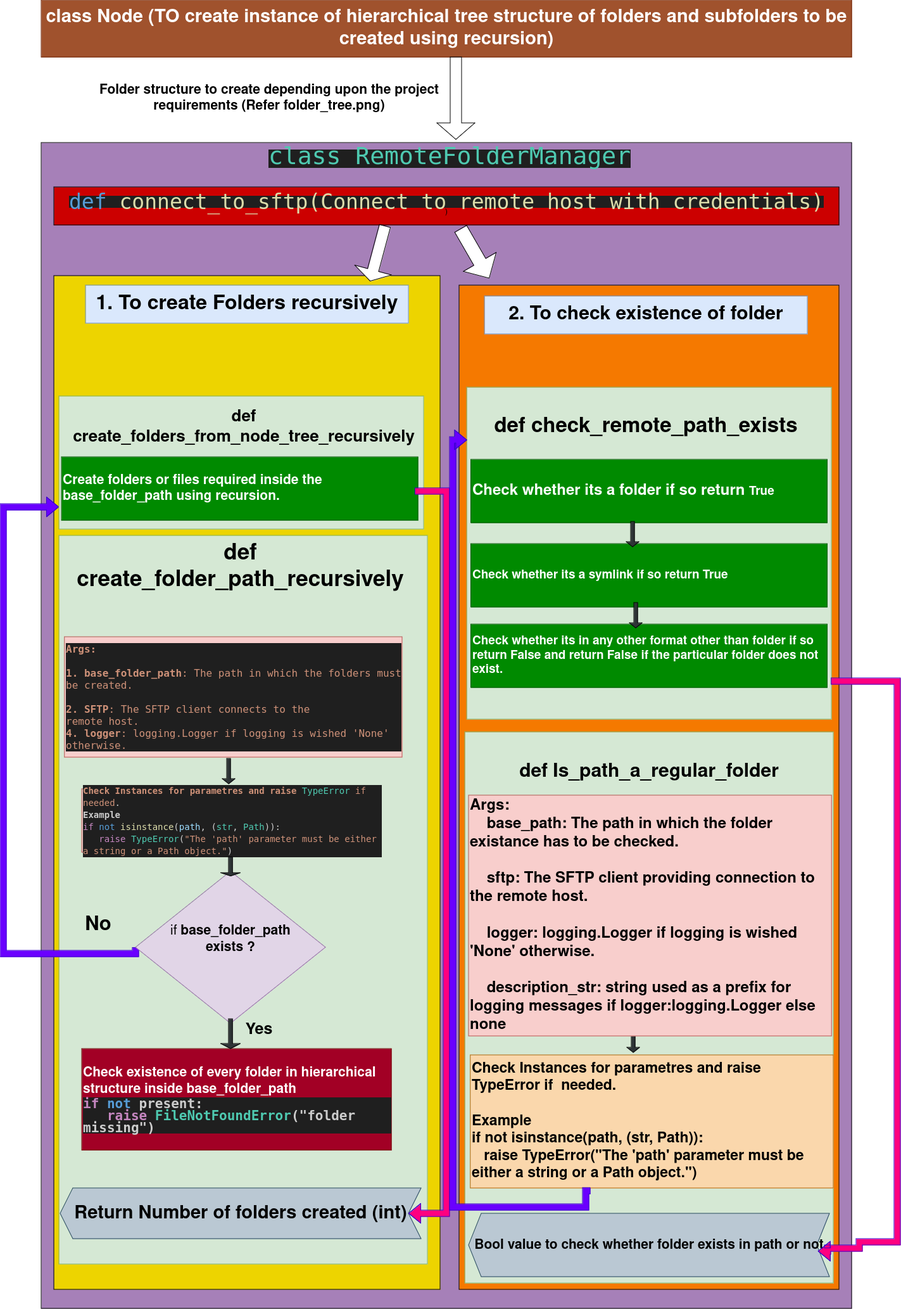
This is task.png from Antonyashik96/Codingtask, a draw.io export, as it was before one commit. Source tidied: cells renumbered, new cells last; positions are measured from the earlier drawing's top-left corner, leaving out a move shared by most shapes.
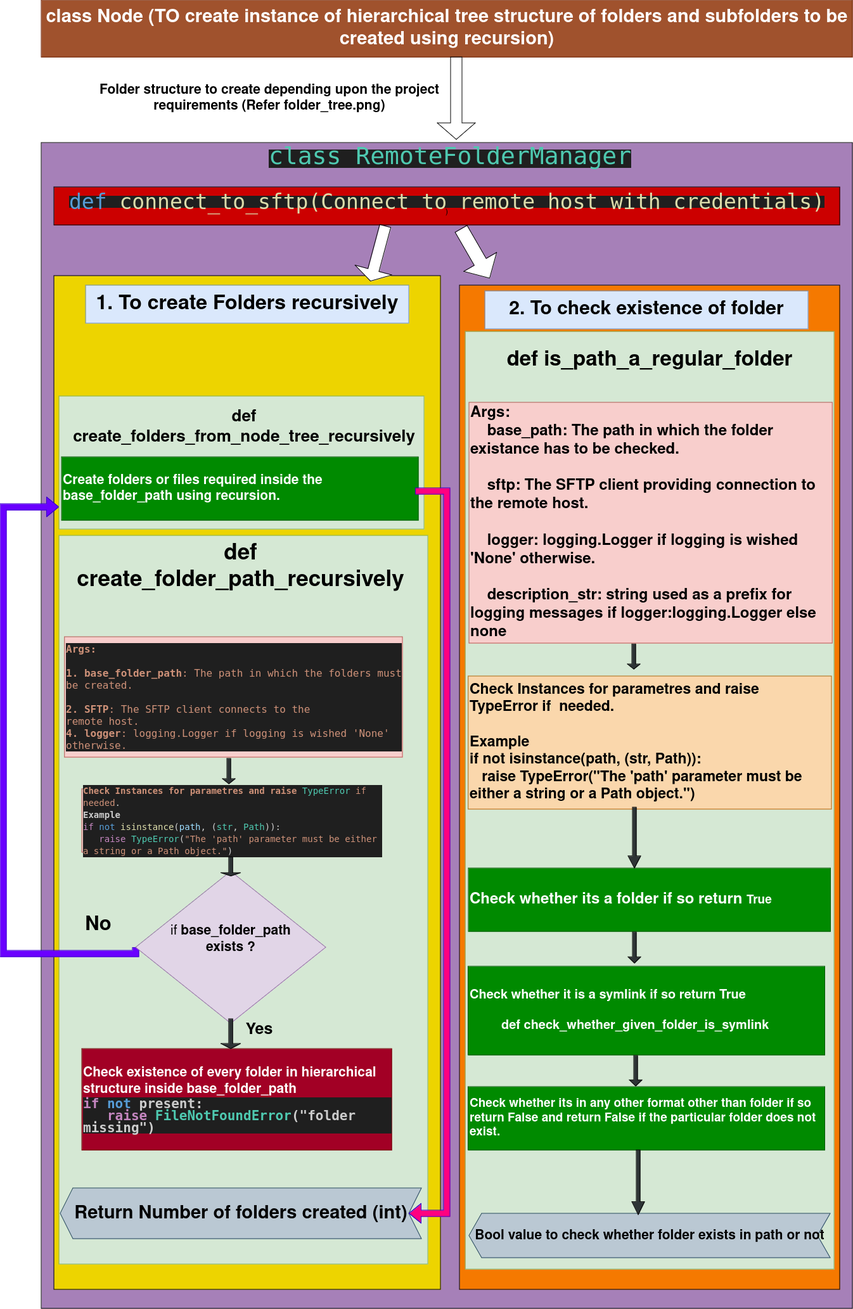
After the change.

The edit, as a diff of the source:
```diff
@@ -24,7 +24,7 @@
       <mxGeometry x="130" y="450" width="510" height="60" as="geometry" />
     </mxCell>
     <mxCell id="9" value="&lt;b&gt;&lt;font style=&quot;font-size: 30px;&quot;&gt;2. To check existence of folder&lt;/font&gt;&lt;/b&gt;" style="text;html=1;align=center;verticalAlign=middle;whiteSpace=wrap;rounded=0;fillColor=#dae8fc;strokeColor=#6c8ebf;" parent="1" vertex="1">
-      <mxGeometry x="760" y="467" width="510" height="60" as="geometry" />
+      <mxGeometry x="760" y="459" width="510" height="60" as="geometry" />
     </mxCell>
     <mxCell id="10" value="&lt;div&gt;&lt;b&gt;&lt;font style=&quot;font-size: 30px;&quot;&gt;def create_folder_path_recursively&lt;/font&gt;&lt;/b&gt;&lt;/div&gt;&lt;div&gt;&lt;b&gt;&lt;font style=&quot;font-size: 30px;&quot;&gt;&lt;br&gt;&lt;/font&gt;&lt;/b&gt;&lt;/div&gt;&lt;div&gt;&lt;b&gt;&lt;font style=&quot;font-size: 30px;&quot;&gt;&lt;br&gt;&lt;/font&gt;&lt;/b&gt;&lt;/div&gt;&lt;div&gt;&lt;b&gt;&lt;font style=&quot;font-size: 30px;&quot;&gt;&lt;br&gt;&lt;/font&gt;&lt;/b&gt;&lt;/div&gt;&lt;div&gt;&lt;b&gt;&lt;font style=&quot;font-size: 30px;&quot;&gt;&lt;br&gt;&lt;/font&gt;&lt;/b&gt;&lt;/div&gt;&lt;div&gt;&lt;b&gt;&lt;font style=&quot;font-size: 30px;&quot;&gt;&lt;br&gt;&lt;/font&gt;&lt;/b&gt;&lt;/div&gt;&lt;div&gt;&lt;b&gt;&lt;font style=&quot;font-size: 30px;&quot;&gt;&lt;br&gt;&lt;/font&gt;&lt;/b&gt;&lt;/div&gt;&lt;div&gt;&lt;b&gt;&lt;font style=&quot;font-size: 30px;&quot;&gt;&lt;br&gt;&lt;/font&gt;&lt;/b&gt;&lt;/div&gt;&lt;div&gt;&lt;b&gt;&lt;font style=&quot;font-size: 30px;&quot;&gt;&lt;br&gt;&lt;/font&gt;&lt;/b&gt;&lt;/div&gt;&lt;div&gt;&lt;b&gt;&lt;font style=&quot;font-size: 30px;&quot;&gt;&lt;br&gt;&lt;/font&gt;&lt;/b&gt;&lt;/div&gt;&lt;div&gt;&lt;br&gt;&lt;/div&gt;&lt;div&gt;&lt;br&gt;&lt;/div&gt;&lt;div&gt;&lt;br&gt;&lt;/div&gt;&lt;div&gt;&lt;br&gt;&lt;/div&gt;&lt;div&gt;&lt;br&gt;&lt;/div&gt;&lt;div&gt;&lt;br&gt;&lt;/div&gt;&lt;div&gt;&lt;br&gt;&lt;/div&gt;&lt;div&gt;&lt;br&gt;&lt;/div&gt;&lt;div&gt;&lt;br&gt;&lt;/div&gt;&lt;div&gt;&lt;br&gt;&lt;/div&gt;&lt;div&gt;&lt;br&gt;&lt;/div&gt;&lt;div&gt;&lt;br&gt;&lt;/div&gt;&lt;div&gt;&lt;br&gt;&lt;/div&gt;&lt;div&gt;&lt;br&gt;&lt;/div&gt;&lt;div&gt;&lt;br&gt;&lt;/div&gt;&lt;div&gt;&lt;br&gt;&lt;/div&gt;&lt;div&gt;&lt;br&gt;&lt;/div&gt;&lt;div&gt;&lt;br&gt;&lt;/div&gt;&lt;div&gt;&lt;br&gt;&lt;/div&gt;&lt;div&gt;&lt;br&gt;&lt;/div&gt;&lt;div&gt;&lt;br&gt;&lt;/div&gt;&lt;div&gt;&lt;br&gt;&lt;/div&gt;&lt;div&gt;&lt;br&gt;&lt;/div&gt;&lt;div&gt;&lt;br&gt;&lt;/div&gt;&lt;div&gt;&lt;br&gt;&lt;/div&gt;&lt;div&gt;&lt;br&gt;&lt;/div&gt;&lt;div&gt;&lt;br&gt;&lt;/div&gt;&lt;div&gt;&lt;br&gt;&lt;/div&gt;&lt;div&gt;&lt;br&gt;&lt;/div&gt;" style="text;html=1;align=center;verticalAlign=middle;whiteSpace=wrap;rounded=0;fillColor=#d5e8d4;strokeColor=#82b366;" parent="1" vertex="1">
       <mxGeometry x="88" y="845" width="582" height="1150" as="geometry" />
@@ -86,17 +86,17 @@
     <mxCell id="27" value="&lt;b&gt;&lt;font style=&quot;font-size: 35px;&quot;&gt;def create_folder_path_recursively&lt;/font&gt;&lt;/b&gt;" style="text;html=1;align=center;verticalAlign=middle;whiteSpace=wrap;rounded=0;" parent="1" vertex="1">
       <mxGeometry x="99" y="865" width="551" height="60" as="geometry" />
     </mxCell>
-    <mxCell id="28" value="&lt;div&gt;&lt;b&gt;&lt;font style=&quot;font-size: 30px;&quot;&gt;def Is_path_a_regular_folder&lt;br&gt;&lt;/font&gt;&lt;/b&gt;&lt;/div&gt;&lt;div&gt;&lt;b&gt;&lt;font style=&quot;font-size: 30px;&quot;&gt;&lt;br&gt;&lt;/font&gt;&lt;/b&gt;&lt;/div&gt;&lt;div&gt;&lt;b&gt;&lt;font style=&quot;font-size: 30px;&quot;&gt;&lt;br&gt;&lt;/font&gt;&lt;/b&gt;&lt;/div&gt;&lt;div&gt;&lt;b&gt;&lt;font style=&quot;font-size: 30px;&quot;&gt;&lt;br&gt;&lt;/font&gt;&lt;/b&gt;&lt;/div&gt;&lt;div&gt;&lt;b&gt;&lt;font style=&quot;font-size: 30px;&quot;&gt;&lt;br&gt;&lt;/font&gt;&lt;/b&gt;&lt;/div&gt;&lt;div&gt;&lt;b&gt;&lt;font style=&quot;font-size: 30px;&quot;&gt;&lt;br&gt;&lt;/font&gt;&lt;/b&gt;&lt;/div&gt;&lt;div&gt;&lt;b&gt;&lt;font style=&quot;font-size: 30px;&quot;&gt;&lt;br&gt;&lt;/font&gt;&lt;/b&gt;&lt;/div&gt;&lt;div&gt;&lt;b&gt;&lt;font style=&quot;font-size: 30px;&quot;&gt;&lt;br&gt;&lt;/font&gt;&lt;/b&gt;&lt;/div&gt;&lt;div&gt;&lt;b&gt;&lt;font style=&quot;font-size: 30px;&quot;&gt;&lt;br&gt;&lt;/font&gt;&lt;/b&gt;&lt;/div&gt;&lt;div&gt;&lt;b&gt;&lt;font style=&quot;font-size: 30px;&quot;&gt;&lt;br&gt;&lt;/font&gt;&lt;/b&gt;&lt;/div&gt;&lt;div&gt;&lt;br&gt;&lt;/div&gt;&lt;div&gt;&lt;br&gt;&lt;/div&gt;&lt;div&gt;&lt;br&gt;&lt;/div&gt;&lt;div&gt;&lt;br&gt;&lt;/div&gt;&lt;div&gt;&lt;br&gt;&lt;/div&gt;&lt;div&gt;&lt;br&gt;&lt;/div&gt;&lt;div&gt;&lt;br&gt;&lt;/div&gt;&lt;div&gt;&lt;br&gt;&lt;/div&gt;&lt;div&gt;&lt;br&gt;&lt;/div&gt;&lt;div&gt;&lt;br&gt;&lt;/div&gt;&lt;div&gt;&lt;br&gt;&lt;/div&gt;&lt;div&gt;&lt;br&gt;&lt;/div&gt;&lt;div&gt;&lt;br&gt;&lt;/div&gt;&lt;div&gt;&lt;br&gt;&lt;/div&gt;&lt;div&gt;&lt;br&gt;&lt;/div&gt;&lt;div&gt;&lt;br&gt;&lt;/div&gt;&lt;div&gt;&lt;br&gt;&lt;/div&gt;&lt;div&gt;&lt;br&gt;&lt;/div&gt;&lt;div&gt;&lt;br&gt;&lt;/div&gt;&lt;div&gt;&lt;br&gt;&lt;/div&gt;&lt;div&gt;&lt;br&gt;&lt;/div&gt;&lt;div&gt;&lt;br&gt;&lt;/div&gt;&lt;div&gt;&lt;br&gt;&lt;/div&gt;&lt;div&gt;&lt;br&gt;&lt;/div&gt;&lt;div&gt;&lt;br&gt;&lt;/div&gt;&lt;div&gt;&lt;br&gt;&lt;/div&gt;&lt;div&gt;&lt;br&gt;&lt;/div&gt;&lt;div&gt;&lt;br&gt;&lt;/div&gt;&lt;div&gt;&lt;br&gt;&lt;/div&gt;" style="text;html=1;align=center;verticalAlign=middle;whiteSpace=wrap;rounded=0;fillColor=#d5e8d4;strokeColor=#82b366;" parent="1" vertex="1">
-      <mxGeometry x="729" y="1155" width="582" height="870" as="geometry" />
+    <mxCell id="28" style="text;html=1;align=center;verticalAlign=middle;whiteSpace=wrap;rounded=0;fillColor=#d5e8d4;strokeColor=#82b366;" parent="1" vertex="1">
+      <mxGeometry x="729" y="523" width="582" height="1480" as="geometry" />
     </mxCell>
     <mxCell id="29" value="&lt;b style=&quot;font-size: 21px;&quot;&gt;&lt;font style=&quot;font-size: 21px;&quot;&gt;Bool value to check whether folder exists in path or not&lt;/font&gt;&lt;br&gt;&lt;/b&gt;" style="shape=step;perimeter=stepPerimeter;whiteSpace=wrap;html=1;fixedSize=1;fillColor=#bac8d3;strokeColor=#23445d;direction=west;" parent="1" vertex="1">
-      <mxGeometry x="735" y="1915" width="570" height="100" as="geometry" />
+      <mxGeometry x="735" y="1915" width="570" height="70" as="geometry" />
     </mxCell>
     <mxCell id="30" value="&lt;div&gt;&lt;b style=&quot;font-size: 23px;&quot;&gt;Check Instances for parametres and raise TypeError if&amp;nbsp; needed.&lt;/b&gt;&lt;/div&gt;&lt;div&gt;&lt;b style=&quot;font-size: 23px;&quot;&gt;&lt;br&gt;&lt;/b&gt;&lt;/div&gt;&lt;b style=&quot;font-size: 23px;&quot;&gt;Example&amp;nbsp;&amp;nbsp; &amp;nbsp;&lt;br&gt;if not isinstance(path, (str, Path)):&lt;br&gt;&amp;nbsp;&amp;nbsp; raise TypeError(&quot;The 'path' parameter must be either a string or a Path object.&quot;) &lt;/b&gt;" style="text;html=1;align=left;verticalAlign=middle;whiteSpace=wrap;rounded=0;fillColor=#fad7ac;strokeColor=#b46504;" parent="1" vertex="1">
-      <mxGeometry x="737.8" y="1665" width="573.2" height="210" as="geometry" />
+      <mxGeometry x="733.8" y="1067" width="573.2" height="210" as="geometry" />
     </mxCell>
     <mxCell id="31" style="shape=singleArrow;direction=west;whiteSpace=wrap;html=1;rotation=-90;strokeColor=#000000;fillColor=#2e3436;" parent="1" vertex="1">
-      <mxGeometry x="975" y="1631" width="40" height="20" as="geometry" />
+      <mxGeometry x="975" y="1026" width="40" height="20" as="geometry" />
     </mxCell>
     <mxCell id="32" style="edgeStyle=orthogonalEdgeStyle;shape=flexArrow;rounded=0;jettySize=auto;html=1;strokeColor=#3700CC;fillColor=#FF0080;entryX=0;entryY=0.5;entryDx=0;entryDy=0;" parent="1" edge="1" target="26">
       <mxGeometry relative="1" as="geometry">
@@ -107,58 +107,38 @@
         </Array>
       </mxGeometry>
     </mxCell>
-    <mxCell id="33" value="&lt;div&gt;&lt;b&gt;&lt;br&gt;&lt;/b&gt;&lt;/div&gt;&lt;div&gt;&lt;b&gt;&lt;br&gt;&lt;/b&gt;&lt;/div&gt;&lt;div&gt;&lt;b&gt;&lt;br&gt;&lt;/b&gt;&lt;/div&gt;&lt;div&gt;&lt;b&gt;&lt;br&gt;&lt;/b&gt;&lt;/div&gt;&lt;div&gt;&lt;b&gt;&lt;br&gt;&lt;/b&gt;&lt;/div&gt;&lt;div&gt;&lt;b&gt;&lt;br&gt;&lt;/b&gt;&lt;/div&gt;&lt;div&gt;&lt;b&gt;&lt;br&gt;&lt;/b&gt;&lt;/div&gt;&lt;div&gt;&lt;b&gt;&lt;br&gt;&lt;/b&gt;&lt;/div&gt;&lt;div&gt;&lt;b&gt;&lt;br&gt;&lt;/b&gt;&lt;/div&gt;&lt;div&gt;&lt;b&gt;&lt;br&gt;&lt;/b&gt;&lt;/div&gt;&lt;div&gt;&lt;b&gt;&lt;br&gt;&lt;/b&gt;&lt;/div&gt;&lt;div&gt;&lt;b&gt;&lt;br&gt;&lt;/b&gt;&lt;/div&gt;&lt;div&gt;&lt;b&gt;&lt;br&gt;&lt;/b&gt;&lt;/div&gt;&lt;div&gt;&lt;b&gt;&lt;br&gt;&lt;/b&gt;&lt;/div&gt;&lt;div&gt;&lt;b&gt;&lt;br&gt;&lt;/b&gt;&lt;/div&gt;&lt;div&gt;&lt;b&gt;&lt;br&gt;&lt;/b&gt;&lt;/div&gt;&lt;div&gt;&lt;b&gt;&lt;br&gt;&lt;/b&gt;&lt;/div&gt;&lt;div&gt;&lt;b&gt;&lt;br&gt;&lt;/b&gt;&lt;/div&gt;&lt;div&gt;&lt;b&gt;&lt;br&gt;&lt;/b&gt;&lt;/div&gt;&lt;div&gt;&lt;b&gt;&lt;br&gt;&lt;/b&gt;&lt;/div&gt;&lt;div&gt;&lt;b&gt;&lt;br&gt;&lt;/b&gt;&lt;/div&gt;&lt;div&gt;&lt;b&gt;&lt;br&gt;&lt;/b&gt;&lt;/div&gt;" style="text;html=1;align=center;verticalAlign=middle;whiteSpace=wrap;rounded=0;fillColor=#d5e8d4;strokeColor=#82b366;" parent="1" vertex="1">
-      <mxGeometry x="732" y="611" width="576" height="524" as="geometry" />
-    </mxCell>
     <mxCell id="34" value="&lt;b&gt;&lt;font style=&quot;font-size: 24px;&quot;&gt;Check whether its a folder if so return &lt;/font&gt;&lt;/b&gt;&lt;b&gt;&lt;font style=&quot;font-size: 19px;&quot;&gt;True&lt;/font&gt;&lt;/b&gt;" style="text;html=1;align=left;verticalAlign=middle;whiteSpace=wrap;rounded=0;fillColor=#008a00;fontColor=#ffffff;strokeColor=#005700;" parent="1" vertex="1">
-      <mxGeometry x="738.5" y="725" width="563" height="100" as="geometry" />
+      <mxGeometry x="734" y="1370" width="571.5" height="100" as="geometry" />
     </mxCell>
-    <mxCell id="35" value="&lt;b&gt;&lt;font style=&quot;font-size: 19px;&quot;&gt;Check whether its a symlink if so return True &lt;/font&gt;&lt;/b&gt;" style="text;html=1;align=left;verticalAlign=middle;whiteSpace=wrap;rounded=0;fillColor=#008a00;fontColor=#ffffff;strokeColor=#005700;" parent="1" vertex="1">
-      <mxGeometry x="738.5" y="858" width="563" height="100" as="geometry" />
+    <mxCell id="35" value="&lt;div&gt;&lt;b style=&quot;font-size: 20px;&quot;&gt;&lt;font style=&quot;font-size: 20px;&quot;&gt;Check whether it is a symlink if so return True&lt;/font&gt; &lt;br&gt;&lt;/b&gt;&lt;/div&gt;&lt;div&gt;&lt;b style=&quot;font-size: 20px;&quot;&gt;&lt;br&gt;&lt;/b&gt;&lt;/div&gt;&lt;div&gt;&lt;b style=&quot;font-size: 20px;&quot;&gt;&amp;nbsp;&amp;nbsp;&amp;nbsp;&amp;nbsp;&amp;nbsp;&amp;nbsp;&amp;nbsp;&amp;nbsp; def check_whether_given_folder_is_symlink&lt;/b&gt;&lt;/div&gt;" style="text;html=1;align=left;verticalAlign=middle;whiteSpace=wrap;rounded=0;fillColor=#008a00;fontColor=#ffffff;strokeColor=#005700;" parent="1" vertex="1">
+      <mxGeometry x="733.5" y="1525" width="563" height="140" as="geometry" />
     </mxCell>
     <mxCell id="36" value="&lt;b&gt;&lt;font style=&quot;font-size: 19px;&quot;&gt;Check whether its in any other format other than folder if so return False and return False if the particular folder does not exist.&lt;br&gt;&lt;/font&gt;&lt;/b&gt;" style="text;html=1;align=left;verticalAlign=middle;whiteSpace=wrap;rounded=0;fillColor=#008a00;fontColor=#ffffff;strokeColor=#005700;" parent="1" vertex="1">
-      <mxGeometry x="738.5" y="985" width="563" height="100" as="geometry" />
+      <mxGeometry x="733.5" y="1715" width="563" height="100" as="geometry" />
     </mxCell>
-    <mxCell id="37" value="&lt;b&gt;&lt;font style=&quot;font-size: 33px;&quot;&gt;def check_remote_path_exists&lt;/font&gt;&lt;/b&gt;" style="text;html=1;align=center;verticalAlign=middle;whiteSpace=wrap;rounded=0;" parent="1" vertex="1">
-      <mxGeometry x="750" y="640" width="530" height="65" as="geometry" />
+    <mxCell id="37" value="&lt;b&gt;&lt;font style=&quot;font-size: 33px;&quot;&gt;def is_path_a_regular_folder&lt;br&gt;&lt;/font&gt;&lt;/b&gt;" style="text;html=1;align=center;verticalAlign=middle;whiteSpace=wrap;rounded=0;" parent="1" vertex="1">
+      <mxGeometry x="755.4" y="535" width="530" height="65" as="geometry" />
     </mxCell>
-    <mxCell id="38" style="edgeStyle=orthogonalEdgeStyle;shape=flexArrow;rounded=0;jettySize=auto;html=1;strokeColor=#3700CC;fillColor=#6a00ff;entryX=0.001;entryY=0.159;entryDx=0;entryDy=0;entryPerimeter=0;exitX=0.331;exitY=1.021;exitDx=0;exitDy=0;exitPerimeter=0;" parent="1" edge="1" source="30" target="33">
-      <mxGeometry relative="1" as="geometry">
-        <Array as="points">
-          <mxPoint x="920" y="1880" />
-          <mxPoint x="920" y="1905" />
-          <mxPoint x="710" y="1905" />
-          <mxPoint x="710" y="694" />
-        </Array>
-      </mxGeometry>
-    </mxCell>
     <mxCell id="39" value="&lt;div style=&quot;font-size: 24px;&quot; align=&quot;left&quot;&gt;&lt;font style=&quot;font-size: 24px;&quot;&gt;&lt;b&gt;Args:&lt;/b&gt;&lt;br&gt;&lt;b&gt;&amp;nbsp;&amp;nbsp;&amp;nbsp; base_path: The path in which the folder existance has to be checked.&lt;/b&gt;&lt;/font&gt;&lt;/div&gt;&lt;div style=&quot;font-size: 24px;&quot; align=&quot;left&quot;&gt;&lt;font style=&quot;font-size: 24px;&quot;&gt;&lt;br&gt;&lt;b&gt;&amp;nbsp;&amp;nbsp;&amp;nbsp; sftp: The SFTP client providing connection to the remote host.&lt;/b&gt;&lt;/font&gt;&lt;/div&gt;&lt;div style=&quot;font-size: 24px;&quot; align=&quot;left&quot;&gt;&lt;font style=&quot;font-size: 24px;&quot;&gt;&lt;br&gt;&lt;b&gt;&amp;nbsp;&amp;nbsp;&amp;nbsp; logger: logging.Logger if logging is wished 'None' otherwise.&lt;/b&gt;&lt;/font&gt;&lt;/div&gt;&lt;div style=&quot;font-size: 24px;&quot; align=&quot;left&quot;&gt;&lt;font style=&quot;font-size: 24px;&quot;&gt;&lt;br&gt;&lt;b&gt;&amp;nbsp;&amp;nbsp;&amp;nbsp; description_str: string used as a prefix for logging messages if logger:logging.Logger else none&lt;/b&gt;&lt;/font&gt;&lt;/div&gt;" style="text;html=1;align=left;verticalAlign=middle;whiteSpace=wrap;rounded=0;fillColor=#f8cecc;strokeColor=#b85450;" parent="1" vertex="1">
-      <mxGeometry x="735" y="1255" width="573.2" height="380" as="geometry" />
+      <mxGeometry x="735" y="635" width="573.2" height="380" as="geometry" />
     </mxCell>
-    <mxCell id="40" style="edgeStyle=orthogonalEdgeStyle;shape=flexArrow;rounded=0;jettySize=auto;html=1;strokeColor=#3700CC;fillColor=#FF0080;exitX=0.996;exitY=0.818;exitDx=0;exitDy=0;exitPerimeter=0;entryX=0.032;entryY=0.403;entryDx=0;entryDy=0;entryPerimeter=0;" parent="1" edge="1" target="29">
-      <mxGeometry relative="1" as="geometry">
-        <mxPoint x="1307.2" y="1075" as="sourcePoint" />
-        <Array as="points">
-          <mxPoint x="1412" y="1075" />
-          <mxPoint x="1412" y="1960" />
-          <mxPoint x="1352" y="1960" />
-          <mxPoint x="1352" y="1970" />
-          <mxPoint x="1302" y="1970" />
-          <mxPoint x="1302" y="1975" />
-        </Array>
-      </mxGeometry>
-    </mxCell>
-    <mxCell id="41" style="shape=singleArrow;direction=west;whiteSpace=wrap;html=1;rotation=-90;strokeColor=#000000;fillColor=#2e3436;" parent="1" vertex="1">
-      <mxGeometry x="974" y="833" width="40" height="20" as="geometry" />
-    </mxCell>
-    <mxCell id="42" style="shape=singleArrow;direction=west;whiteSpace=wrap;html=1;rotation=-90;strokeColor=#000000;fillColor=#2e3436;" parent="1" vertex="1">
-      <mxGeometry x="979" y="961" width="40" height="20" as="geometry" />
-    </mxCell>
     <mxCell id="43" style="shape=singleArrow;direction=west;whiteSpace=wrap;html=1;rotation=-90;" parent="1" vertex="1">
       <mxGeometry x="650" y="125" width="130" height="60" as="geometry" />
     </mxCell>
     <mxCell id="44" value="&lt;b&gt;&lt;font style=&quot;font-size: 21px;&quot;&gt;Folder structure to create depending upon the project requirements (Refer folder_tree.png)&lt;/font&gt;&lt;/b&gt;" style="text;html=1;align=center;verticalAlign=middle;whiteSpace=wrap;rounded=0;" parent="1" vertex="1">
       <mxGeometry x="150" y="125" width="540" height="60" as="geometry" />
     </mxCell>
+    <mxCell id="45" style="shape=singleArrow;direction=west;whiteSpace=wrap;html=1;rotation=-90;strokeColor=#000000;fillColor=#2e3436;" parent="1" vertex="1">
+      <mxGeometry x="948" y="1312" width="96" height="20" as="geometry" />
+    </mxCell>
+    <mxCell id="46" style="shape=singleArrow;direction=west;whiteSpace=wrap;html=1;rotation=-90;strokeColor=#000000;fillColor=#2e3436;" parent="1" vertex="1">
+      <mxGeometry x="971.5" y="1485.5" width="49" height="20" as="geometry" />
+    </mxCell>
+    <mxCell id="47" style="shape=singleArrow;direction=west;whiteSpace=wrap;html=1;rotation=-90;strokeColor=#000000;fillColor=#2e3436;" parent="1" vertex="1">
+      <mxGeometry x="974" y="1680" width="48" height="20" as="geometry" />
+    </mxCell>
+    <mxCell id="48" style="shape=singleArrow;direction=west;whiteSpace=wrap;html=1;rotation=-90;strokeColor=#000000;fillColor=#2e3436;" parent="1" vertex="1">
+      <mxGeometry x="951" y="1856" width="102" height="20" as="geometry" />
+    </mxCell>
   </root>
 </mxGraphModel>
```
